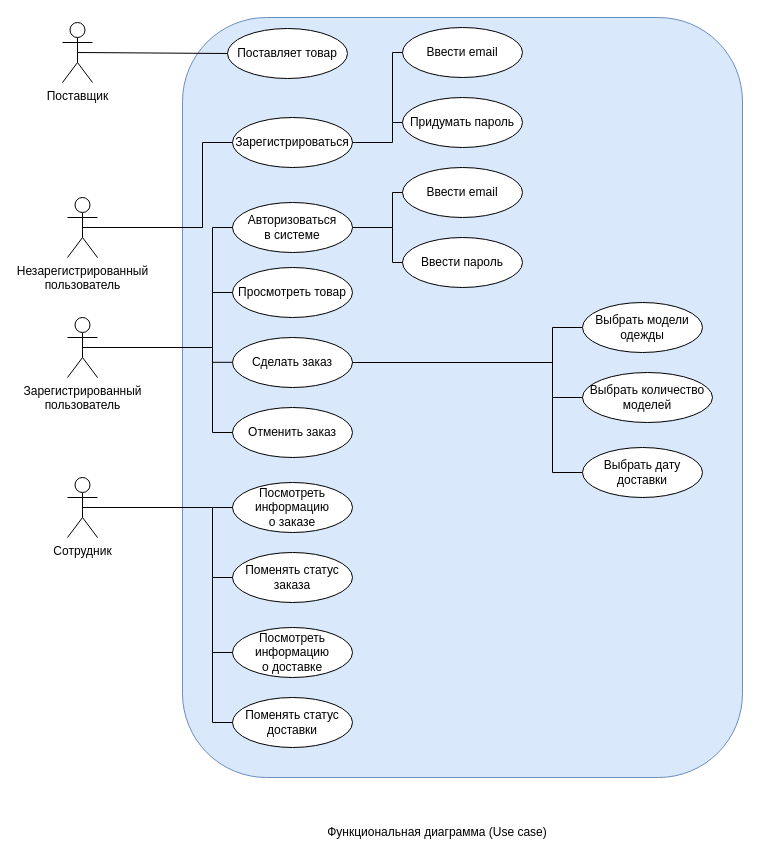
Earlier version of the draw.io diagram ФД V1.1.drawio (marsek4/ssp). Source tidied: cells renumbered, new cells numbered last; positions are measured from the earlier drawing's top-left corner, leaving out a move shared by most shapes. Both pictures are drawn from the tidied source at 100%, with x=0, y=0 at pixel (62, 17).
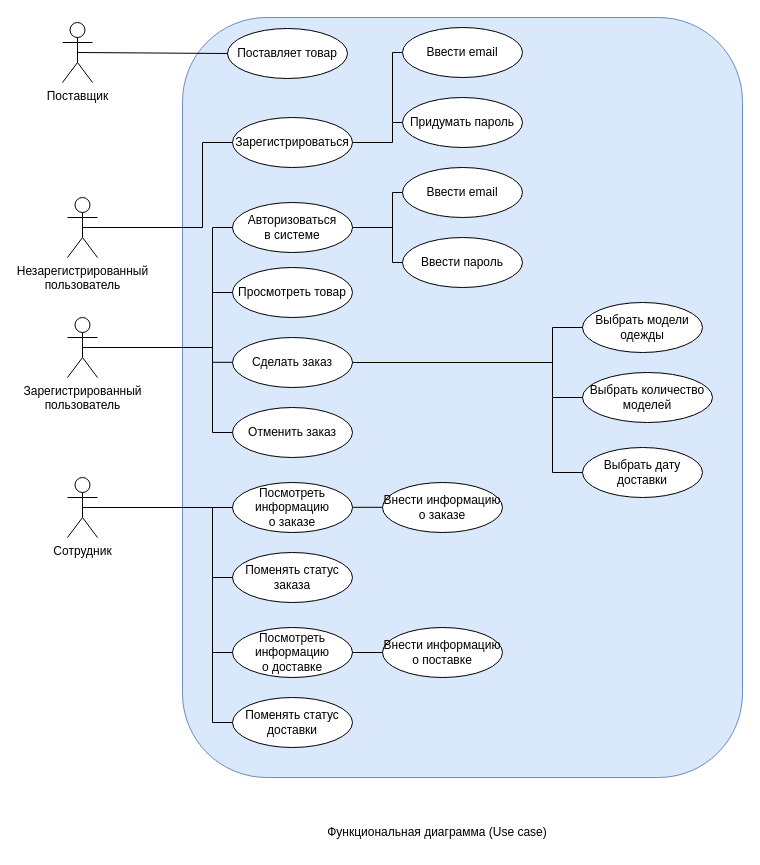
The same diagram, later.

The change refers to these unchanged cells:
```xml
<mxCell id="37" value="Посмотреть&lt;br&gt;информацию&lt;br&gt;о доставке" style="ellipse;whiteSpace=wrap;html=1;" parent="1" vertex="1">
  <mxGeometry x="170" y="610" width="120" height="50" as="geometry" />
</mxCell>
```

What changed in the source:
```diff
@@
+    <mxCell id="43" value="Внести информацию&lt;br&gt;о заказе" style="ellipse;whiteSpace=wrap;html=1;" parent="1" vertex="1">
+      <mxGeometry x="320" y="465" width="120" height="50" as="geometry" />
+    </mxCell>
+    <mxCell id="44" value="Внести информацию&lt;br&gt;о поставке" style="ellipse;whiteSpace=wrap;html=1;" parent="1" vertex="1">
+      <mxGeometry x="320" y="610" width="120" height="50" as="geometry" />
+    </mxCell>
+    <mxCell id="45" style="endArrow=none;html=1;rounded=0;exitX=1;exitY=0.5;exitDx=0;exitDy=0;entryX=0;entryY=0.5;entryDx=0;entryDy=0;" parent="1" edge="1" source="37" target="44">
+      <mxGeometry relative="1" as="geometry" />
+    </mxCell>
+    <mxCell id="46" style="endArrow=none;html=1;rounded=0;exitX=1;exitY=0.5;exitDx=0;exitDy=0;entryX=0;entryY=0.5;entryDx=0;entryDy=0;" parent="1" edge="1">
+      <mxGeometry relative="1" as="geometry">
+        <mxPoint x="290" y="489.8" as="sourcePoint" />
+        <mxPoint x="320" y="489.8" as="targetPoint" />
+      </mxGeometry>
+    </mxCell>
```
